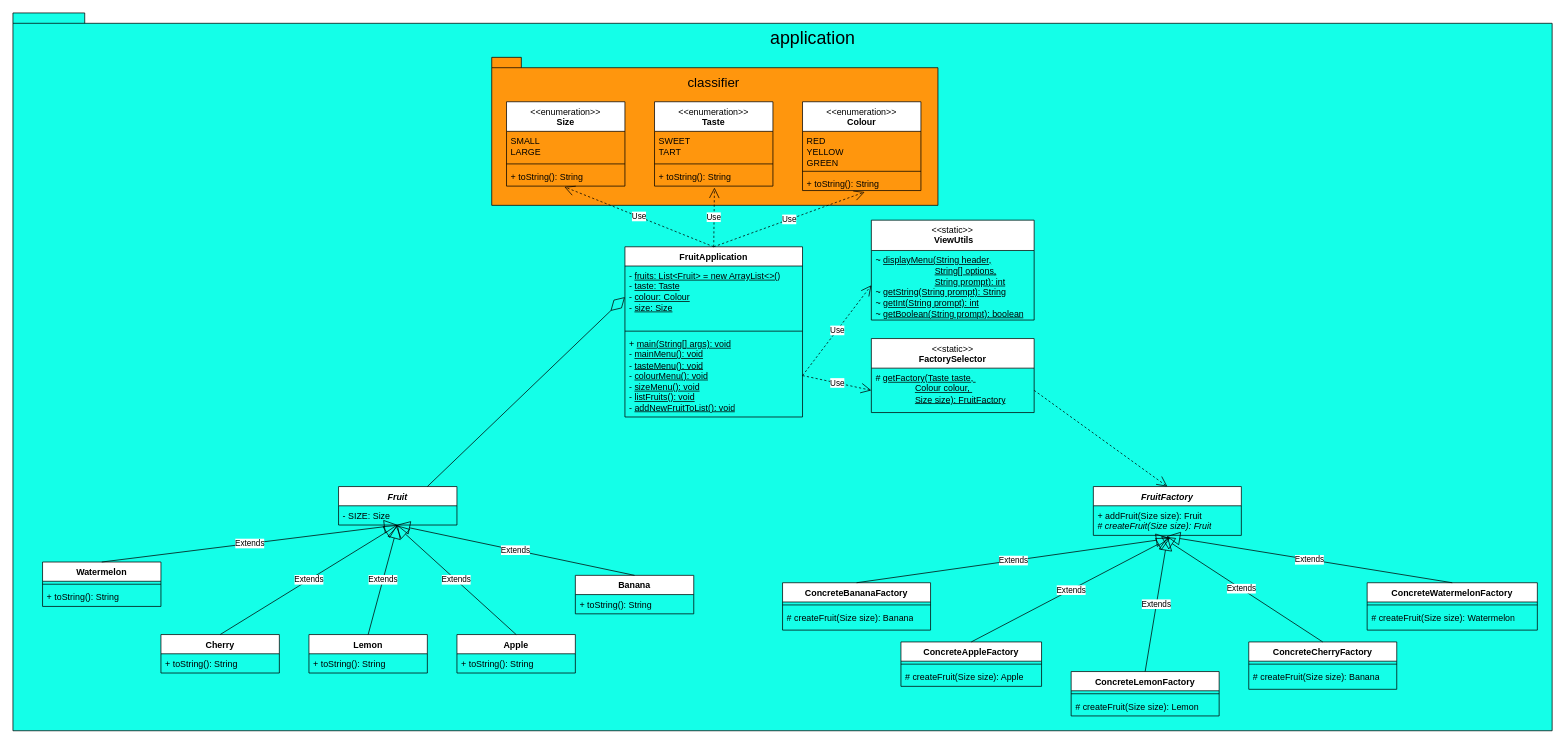
Above: soft2201w4v2.drawio in NguyenChHieu/graphs (draw.io), before the change. Source tidied: cells renumbered, new cells numbered last; positions are measured from the earlier drawing's top-left corner, leaving out a move shared by most shapes. Both pictures are drawn from the tidied source at 74%, with x=0, y=0 at pixel (13, 13).
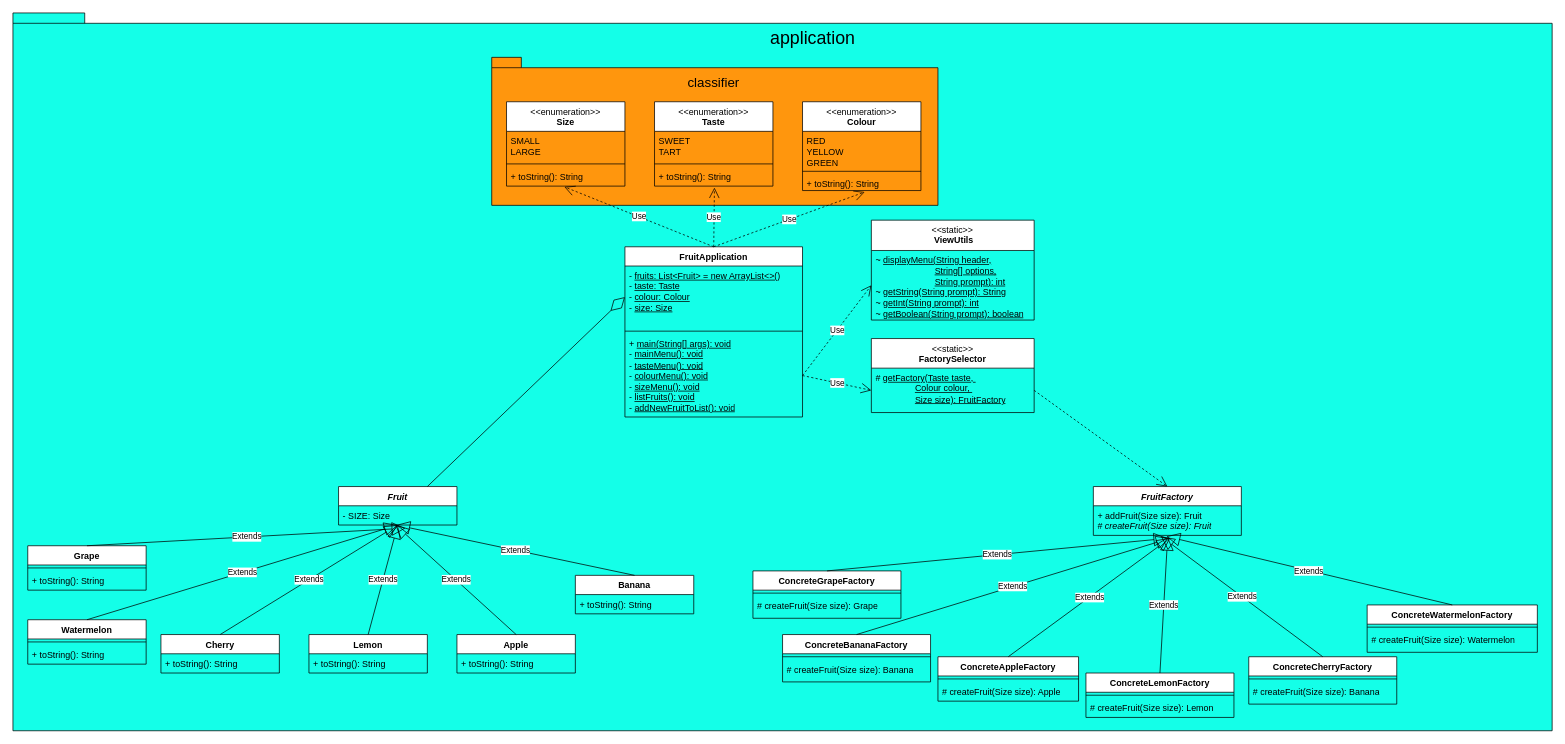
The same page after the edit.

The change refers to these unchanged cells:
```xml
<mxCell id="43" value="- SIZE: Size" style="text;strokeColor=none;fillColor=none;align=left;verticalAlign=top;spacingLeft=4;spacingRight=4;overflow=hidden;points=[[0,0.5],[1,0.5]];portConstraint=eastwest;whiteSpace=wrap;html=1;" parent="42" vertex="1">
  <mxGeometry y="26" width="160" height="26" as="geometry" />
</mxCell>
```

The edit, as a diff of the source:
```diff
@@
     <mxCell id="4" value="Watermelon" style="swimlane;fontStyle=1;align=center;verticalAlign=top;horizontal=1;startSize=26;whiteSpace=wrap;html=1;" parent="1" vertex="1">
-      <mxGeometry x="40" y="742" width="160" height="60" as="geometry" />
+      <mxGeometry x="20" y="820" width="160" height="60" as="geometry" />
     </mxCell>
@@
     <mxCell id="29" value="ConcreteBananaFactory" style="swimlane;fontStyle=1;align=center;verticalAlign=top;horizontal=1;startSize=26;whiteSpace=wrap;html=1;" parent="1" vertex="1">
-      <mxGeometry x="1040" y="770" width="200" height="64" as="geometry" />
+      <mxGeometry x="1040" y="840" width="200" height="64" as="geometry" />
     </mxCell>
@@
     <mxCell id="32" value="ConcreteAppleFactory" style="swimlane;fontStyle=1;align=center;verticalAlign=top;horizontal=1;startSize=26;whiteSpace=wrap;html=1;" parent="1" vertex="1">
-      <mxGeometry x="1200" y="850" width="190" height="60" as="geometry" />
+      <mxGeometry x="1250" y="870" width="190" height="60" as="geometry" />
     </mxCell>
@@
     <mxCell id="35" value="ConcreteLemonFactory" style="swimlane;fontStyle=1;align=center;verticalAlign=top;horizontal=1;startSize=26;whiteSpace=wrap;html=1;" parent="1" vertex="1">
-      <mxGeometry x="1430" y="890" width="200" height="60" as="geometry" />
+      <mxGeometry x="1450" y="892" width="200" height="60" as="geometry" />
     </mxCell>
@@
     <mxCell id="44" value="ConcreteCherryFactory" style="swimlane;fontStyle=1;align=center;verticalAlign=top;horizontal=1;startSize=26;whiteSpace=wrap;html=1;" parent="1" vertex="1">
-      <mxGeometry x="1670" y="850" width="200" height="64" as="geometry" />
+      <mxGeometry x="1670" y="870" width="200" height="64" as="geometry" />
     </mxCell>
@@
     <mxCell id="47" value="ConcreteWatermelonFactory" style="swimlane;fontStyle=1;align=center;verticalAlign=top;horizontal=1;startSize=26;whiteSpace=wrap;html=1;" parent="1" vertex="1">
-      <mxGeometry x="1830" y="770" width="230" height="64" as="geometry" />
+      <mxGeometry x="1830" y="800" width="230" height="64" as="geometry" />
     </mxCell>
@@
+    <mxCell id="73" value="Grape" style="swimlane;fontStyle=1;align=center;verticalAlign=top;horizontal=1;startSize=26;whiteSpace=wrap;html=1;" parent="1" vertex="1">
+      <mxGeometry x="20" y="720" width="160" height="60" as="geometry" />
+    </mxCell>
+    <mxCell id="74" style="line;strokeWidth=1;fillColor=none;align=left;verticalAlign=middle;spacingTop=-1;spacingLeft=3;spacingRight=3;labelPosition=right;strokeColor=inherit;" parent="73" vertex="1">
+      <mxGeometry y="26" width="160" height="8" as="geometry" />
+    </mxCell>
+    <mxCell id="75" value="+ toString(): String" style="text;strokeColor=none;fillColor=none;align=left;verticalAlign=top;spacingLeft=4;spacingRight=4;overflow=hidden;whiteSpace=wrap;html=1;" parent="73" vertex="1">
+      <mxGeometry y="34" width="160" height="26" as="geometry" />
+    </mxCell>
+    <mxCell id="76" value="Extends" style="endArrow=block;endSize=16;endFill=0;html=1;rounded=0;exitX=0.5;exitY=0;exitDx=0;exitDy=0;entryX=0.565;entryY=1.167;entryDx=0;entryDy=0;entryPerimeter=0;" parent="1" edge="1" source="73" target="43">
+      <mxGeometry relative="1" as="geometry" />
+    </mxCell>
+    <mxCell id="77" value="ConcreteGrapeFactory" style="swimlane;fontStyle=1;align=center;verticalAlign=top;horizontal=1;startSize=26;whiteSpace=wrap;html=1;" parent="1" vertex="1">
+      <mxGeometry x="1000" y="754" width="200" height="64" as="geometry" />
+    </mxCell>
+    <mxCell id="78" style="line;strokeWidth=1;fillColor=none;align=left;verticalAlign=middle;spacingTop=-1;spacingLeft=3;spacingRight=3;labelPosition=right;strokeColor=inherit;" parent="77" vertex="1">
+      <mxGeometry y="26" width="200" height="8" as="geometry" />
+    </mxCell>
+    <mxCell id="79" value="# createFruit(Size size): Grape" style="text;strokeColor=none;fillColor=none;align=left;verticalAlign=top;spacingLeft=4;spacingRight=4;overflow=hidden;whiteSpace=wrap;html=1;" parent="77" vertex="1">
+      <mxGeometry y="34" width="200" height="30" as="geometry" />
+    </mxCell>
+    <mxCell id="80" value="Extends" style="endArrow=block;endSize=16;endFill=0;html=1;rounded=0;exitX=0.5;exitY=0;exitDx=0;exitDy=0;" parent="1" edge="1" source="77">
+      <mxGeometry relative="1" as="geometry">
+        <mxPoint x="1560" y="710" as="targetPoint" />
+      </mxGeometry>
+    </mxCell>
```
